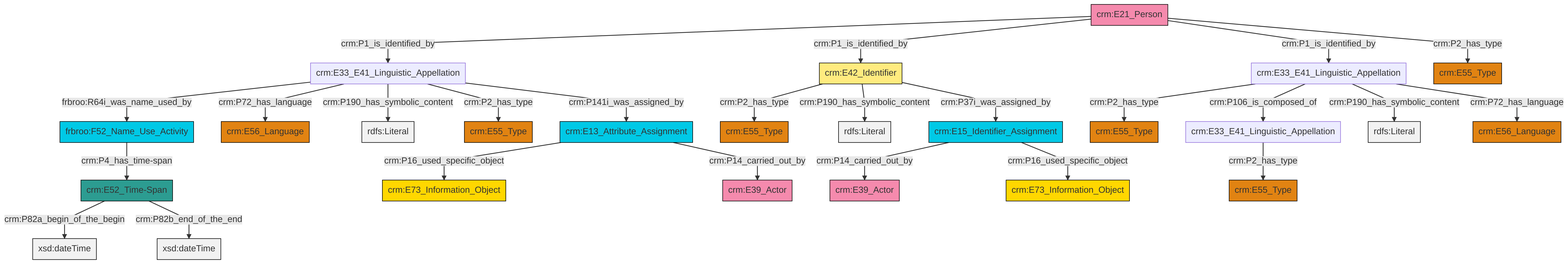
Above: et/personCSV/ttl/mmd/png/Person_Names_and_Classification.png in swiss-art-research-net/reference-data-models (Mermaid), before the change. Its source is kept beside it as et/personCSV/ttl/mmd/Person_Names_and_Classification.ttl.mmd.
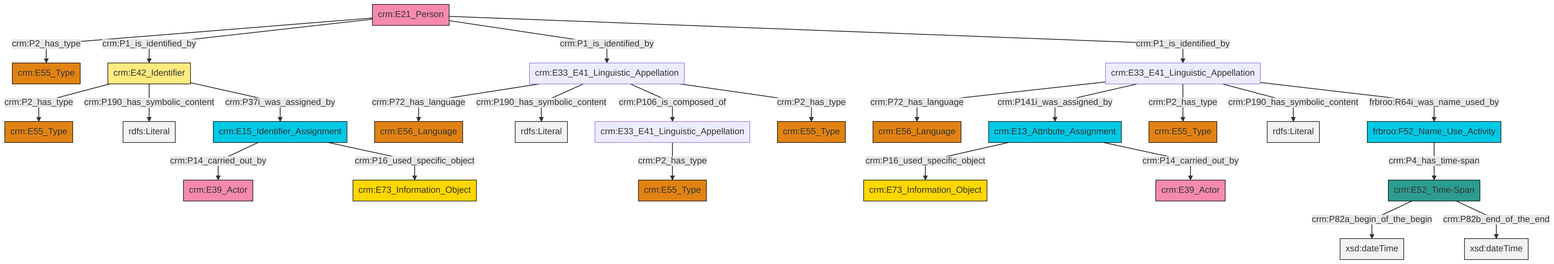
Later version of the same file.

Change to the diagram source:
```diff
@@ -13,27 +13,27 @@
 classDef PC_Classes fill:#4ce600, stroke:#000000;
 classDef Multi fill:#cccccc,stroke:#000000;
 
-0["crm:E15_Identifier_Assignment"]:::Temporal_Entity -->|crm:P14_carried_out_by| 1["crm:E39_Actor"]:::Actor
-2["crm:E33_E41_Linguistic_Appellation"]:::Default -->|frbroo:R64i_was_name_used_by| 3["frbroo:F52_Name_Use_Activity"]:::Temporal_Entity
-4["crm:E21_Person"]:::Actor -->|crm:P1_is_identified_by| 2["crm:E33_E41_Linguistic_Appellation"]:::Default
-5["crm:E13_Attribute_Assignment"]:::Temporal_Entity -->|crm:P16_used_specific_object| 6["crm:E73_Information_Object"]:::Conceptual_Object
-4["crm:E21_Person"]:::Actor -->|crm:P1_is_identified_by| 7["crm:E42_Identifier"]:::Appellation
-2["crm:E33_E41_Linguistic_Appellation"]:::Default -->|crm:P72_has_language| 8["crm:E56_Language"]:::Type
-2["crm:E33_E41_Linguistic_Appellation"]:::Default -->|crm:P190_has_symbolic_content| 11[rdfs:Literal]:::Literal
-4["crm:E21_Person"]:::Actor -->|crm:P1_is_identified_by| 12["crm:E33_E41_Linguistic_Appellation"]:::Default
-12["crm:E33_E41_Linguistic_Appellation"]:::Default -->|crm:P2_has_type| 13["crm:E55_Type"]:::Type
-18["crm:E33_E41_Linguistic_Appellation"]:::Default -->|crm:P2_has_type| 19["crm:E55_Type"]:::Type
-21["crm:E52_Time-Span"]:::Time-Span -->|crm:P82a_begin_of_the_begin| 22[xsd:dateTime]:::Literal
-12["crm:E33_E41_Linguistic_Appellation"]:::Default -->|crm:P106_is_composed_of| 18["crm:E33_E41_Linguistic_Appellation"]:::Default
-12["crm:E33_E41_Linguistic_Appellation"]:::Default -->|crm:P190_has_symbolic_content| 27[rdfs:Literal]:::Literal
-0["crm:E15_Identifier_Assignment"]:::Temporal_Entity -->|crm:P16_used_specific_object| 14["crm:E73_Information_Object"]:::Conceptual_Object
-7["crm:E42_Identifier"]:::Appellation -->|crm:P2_has_type| 30["crm:E55_Type"]:::Type
-2["crm:E33_E41_Linguistic_Appellation"]:::Default -->|crm:P2_has_type| 35["crm:E55_Type"]:::Type
-5["crm:E13_Attribute_Assignment"]:::Temporal_Entity -->|crm:P14_carried_out_by| 31["crm:E39_Actor"]:::Actor
-21["crm:E52_Time-Span"]:::Time-Span -->|crm:P82b_end_of_the_end| 37[xsd:dateTime]:::Literal
-7["crm:E42_Identifier"]:::Appellation -->|crm:P190_has_symbolic_content| 38[rdfs:Literal]:::Literal
-4["crm:E21_Person"]:::Actor -->|crm:P2_has_type| 24["crm:E55_Type"]:::Type
-12["crm:E33_E41_Linguistic_Appellation"]:::Default -->|crm:P72_has_language| 16["crm:E56_Language"]:::Type
-3["frbroo:F52_Name_Use_Activity"]:::Temporal_Entity -->|crm:P4_has_time-span| 21["crm:E52_Time-Span"]:::Time-Span
-2["crm:E33_E41_Linguistic_Appellation"]:::Default -->|crm:P141i_was_assigned_by| 5["crm:E13_Attribute_Assignment"]:::Temporal_Entity
-7["crm:E42_Identifier"]:::Appellation -->|crm:P37i_was_assigned_by| 0["crm:E15_Identifier_Assignment"]:::Temporal_Entity
+0["crm:E33_E41_Linguistic_Appellation"]:::Default -->|crm:P2_has_type| 1["crm:E55_Type"]:::Type
+2["crm:E33_E41_Linguistic_Appellation"]:::Default -->|crm:P72_has_language| 3["crm:E56_Language"]:::Type
+4["crm:E42_Identifier"]:::Appellation -->|crm:P2_has_type| 5["crm:E55_Type"]:::Type
+6["crm:E21_Person"]:::Actor -->|crm:P2_has_type| 7["crm:E55_Type"]:::Type
+8["crm:E15_Identifier_Assignment"]:::Temporal_Entity -->|crm:P14_carried_out_by| 9["crm:E39_Actor"]:::Actor
+10["crm:E33_E41_Linguistic_Appellation"]:::Default -->|crm:P72_has_language| 11["crm:E56_Language"]:::Type
+12["crm:E13_Attribute_Assignment"]:::Temporal_Entity -->|crm:P16_used_specific_object| 14["crm:E73_Information_Object"]:::Conceptual_Object
+4["crm:E42_Identifier"]:::Appellation -->|crm:P190_has_symbolic_content| 15[rdfs:Literal]:::Literal
+12["crm:E13_Attribute_Assignment"]:::Temporal_Entity -->|crm:P14_carried_out_by| 21["crm:E39_Actor"]:::Actor
+10["crm:E33_E41_Linguistic_Appellation"]:::Default -->|crm:P190_has_symbolic_content| 22[rdfs:Literal]:::Literal
+10["crm:E33_E41_Linguistic_Appellation"]:::Default -->|crm:P106_is_composed_of| 0["crm:E33_E41_Linguistic_Appellation"]:::Default
+10["crm:E33_E41_Linguistic_Appellation"]:::Default -->|crm:P2_has_type| 28["crm:E55_Type"]:::Type
+6["crm:E21_Person"]:::Actor -->|crm:P1_is_identified_by| 4["crm:E42_Identifier"]:::Appellation
+4["crm:E42_Identifier"]:::Appellation -->|crm:P37i_was_assigned_by| 8["crm:E15_Identifier_Assignment"]:::Temporal_Entity
+2["crm:E33_E41_Linguistic_Appellation"]:::Default -->|crm:P141i_was_assigned_by| 12["crm:E13_Attribute_Assignment"]:::Temporal_Entity
+19["crm:E52_Time-Span"]:::Time-Span -->|crm:P82a_begin_of_the_begin| 33[xsd:dateTime]:::Literal
+6["crm:E21_Person"]:::Actor -->|crm:P1_is_identified_by| 10["crm:E33_E41_Linguistic_Appellation"]:::Default
+6["crm:E21_Person"]:::Actor -->|crm:P1_is_identified_by| 2["crm:E33_E41_Linguistic_Appellation"]:::Default
+8["crm:E15_Identifier_Assignment"]:::Temporal_Entity -->|crm:P16_used_specific_object| 34["crm:E73_Information_Object"]:::Conceptual_Object
+2["crm:E33_E41_Linguistic_Appellation"]:::Default -->|crm:P2_has_type| 40["crm:E55_Type"]:::Type
+19["crm:E52_Time-Span"]:::Time-Span -->|crm:P82b_end_of_the_end| 43[xsd:dateTime]:::Literal
+16["frbroo:F52_Name_Use_Activity"]:::Temporal_Entity -->|crm:P4_has_time-span| 19["crm:E52_Time-Span"]:::Time-Span
+2["crm:E33_E41_Linguistic_Appellation"]:::Default -->|crm:P190_has_symbolic_content| 44[rdfs:Literal]:::Literal
+2["crm:E33_E41_Linguistic_Appellation"]:::Default -->|frbroo:R64i_was_name_used_by| 16["frbroo:F52_Name_Use_Activity"]:::Temporal_Entity
```
